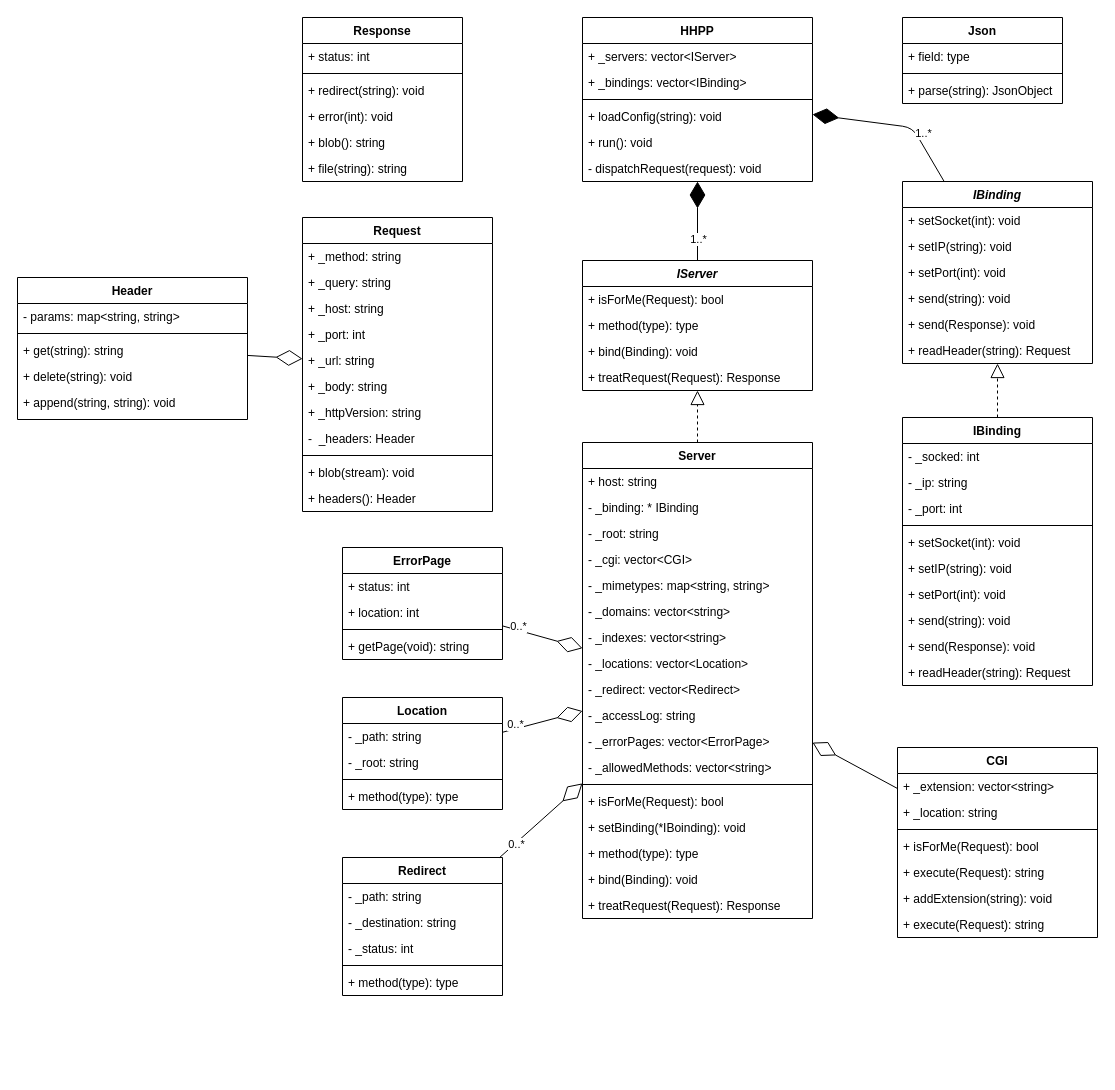
Earlier version of the draw.io diagram doc/architecture.drawio (danielthalmann/42hhpp). Source tidied: cells renumbered, new cells numbered last; positions are measured from the earlier drawing's top-left corner, leaving out a move shared by most shapes. Both pictures are drawn from the tidied source at 100%, with x=0, y=0 at pixel (17, 17).
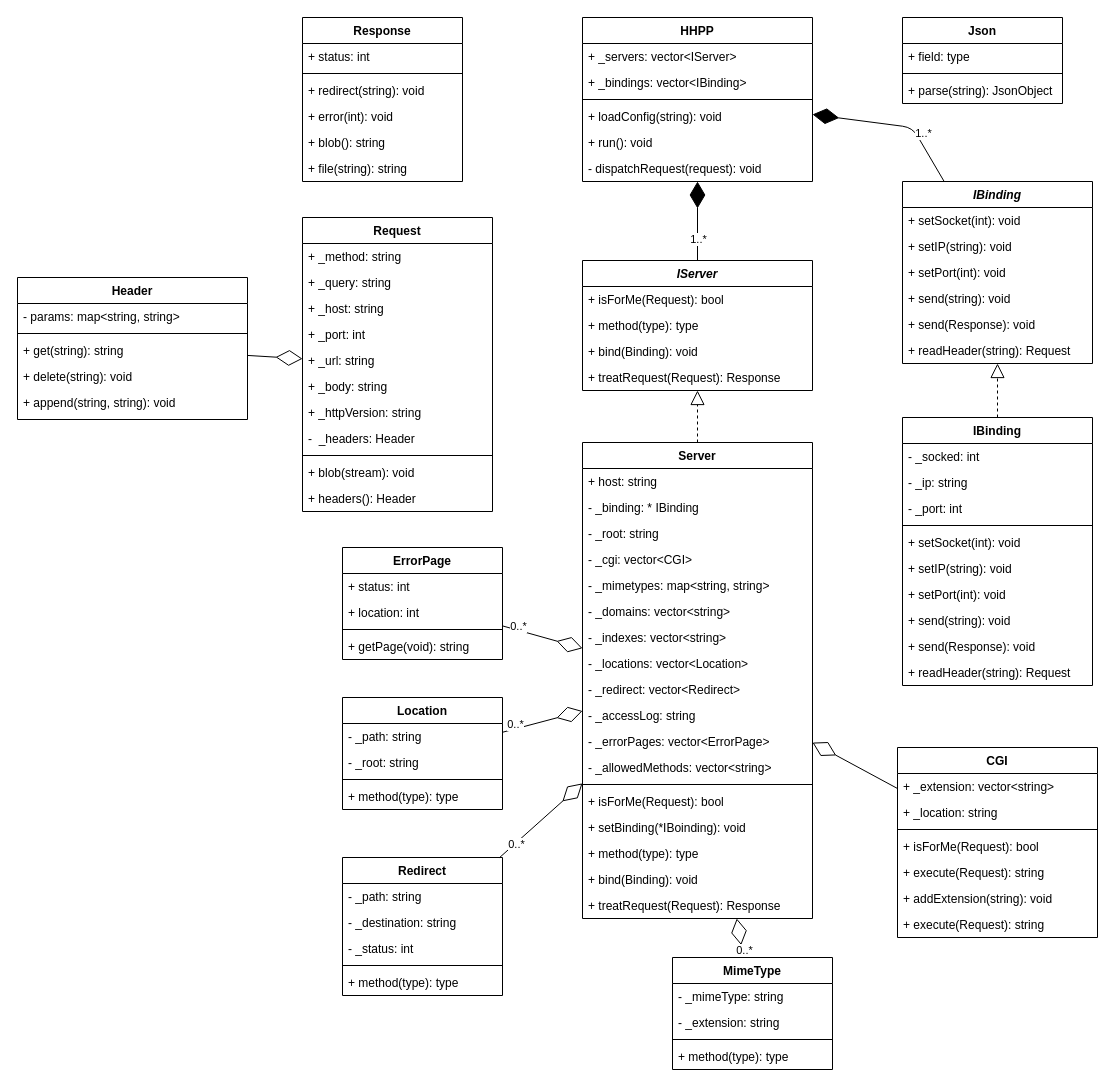
The same page after the edit.

Commit message:
add mimtype in schema

Unchanged cells that the change refers to:
```xml
<mxCell id="31" value="Server" style="swimlane;fontStyle=1;align=center;verticalAlign=top;horizontal=1;startSize=26;" parent="1" vertex="1">
  <mxGeometry x="565" y="425" width="230" height="476" as="geometry" />
</mxCell>
```

Diff of the diagram source:
```diff
@@
+    <mxCell id="115" value="MimeType" style="swimlane;fontStyle=1;align=center;verticalAlign=top;horizontal=1;startSize=26;" parent="1" vertex="1">
+      <mxGeometry x="655" y="940" width="160" height="112" as="geometry" />
+    </mxCell>
+    <mxCell id="116" value="- _mimeType: string" style="text;strokeColor=none;fillColor=none;align=left;verticalAlign=top;spacingLeft=4;spacingRight=4;overflow=hidden;" parent="115" vertex="1">
+      <mxGeometry y="26" width="160" height="26" as="geometry" />
+    </mxCell>
+    <mxCell id="117" value="- _extension: string" style="text;strokeColor=none;fillColor=none;align=left;verticalAlign=top;spacingLeft=4;spacingRight=4;overflow=hidden;" parent="115" vertex="1">
+      <mxGeometry y="52" width="160" height="26" as="geometry" />
+    </mxCell>
+    <mxCell id="118" style="line;strokeWidth=1;fillColor=none;align=left;verticalAlign=middle;spacingTop=-1;spacingLeft=3;spacingRight=3;labelPosition=right;" parent="115" vertex="1">
+      <mxGeometry y="78" width="160" height="8" as="geometry" />
+    </mxCell>
+    <mxCell id="119" value="+ method(type): type" style="text;strokeColor=none;fillColor=none;align=left;verticalAlign=top;spacingLeft=4;spacingRight=4;overflow=hidden;" parent="115" vertex="1">
+      <mxGeometry y="86" width="160" height="26" as="geometry" />
+    </mxCell>
+    <mxCell id="120" value="0..*" style="endArrow=diamondThin;endFill=0;endSize=24;html=1;" parent="1" edge="1" source="115" target="31">
+      <mxGeometry x="-0.63" y="-2" relative="1" as="geometry" />
+    </mxCell>
```
